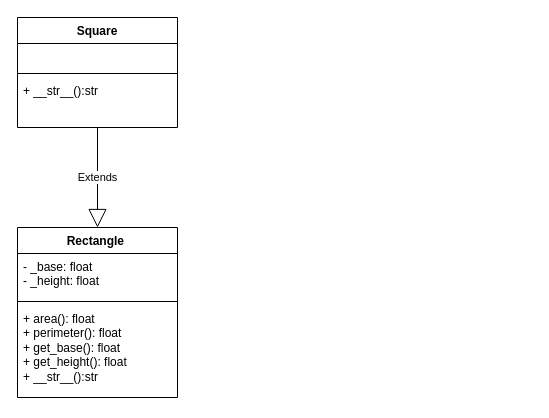
The draw.io diagram notes/05/classes.drawio in lcclcoding/lcclcoding.github.io, before the edit. Source tidied: cells renumbered, new cells numbered last; positions are measured from the earlier drawing's top-left corner, leaving out a move shared by most shapes. Both pictures are drawn from the tidied source at 100%, with x=0, y=0 at pixel (17, 17).
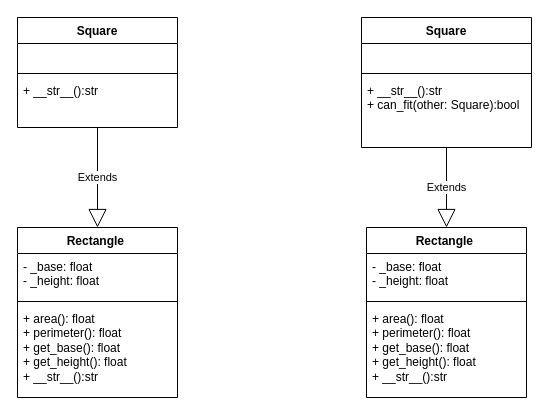
After the change.

Change to the diagram source:
```diff
@@
 <mxGraphModel>
   <root>
     <mxCell id="0" />
     <mxCell id="1" parent="0" />
     <mxCell id="2" value="Rectangle&amp;nbsp;" style="swimlane;fontStyle=1;align=center;verticalAlign=top;horizontal=1;startSize=26;whiteSpace=wrap;html=1;" parent="1" vertex="1">
       <mxGeometry y="210" width="160" height="170" as="geometry" />
     </mxCell>
     <mxCell id="3" value="- _base: float&lt;div&gt;- _height: float&lt;div&gt;&lt;div&gt;&lt;br&gt;&lt;/div&gt;&lt;/div&gt;&lt;/div&gt;" style="text;strokeColor=none;fillColor=none;align=left;verticalAlign=top;spacingLeft=4;spacingRight=4;overflow=hidden;whiteSpace=wrap;html=1;" parent="2" vertex="1">
       <mxGeometry y="26" width="160" height="44" as="geometry" />
     </mxCell>
     <mxCell id="4" style="line;strokeWidth=1;fillColor=none;align=left;verticalAlign=middle;spacingTop=-1;spacingLeft=3;spacingRight=3;labelPosition=right;strokeColor=inherit;" parent="2" vertex="1">
       <mxGeometry y="70" width="160" height="8" as="geometry" />
     </mxCell>
     <mxCell id="5" value="+ area(): float&lt;div&gt;+ perimeter(): float&lt;/div&gt;&lt;div&gt;+ get_base(): float&lt;/div&gt;&lt;div&gt;+ get_height(): float&lt;/div&gt;&lt;div&gt;+ __str__():str&lt;/div&gt;&lt;div&gt;&lt;br&gt;&lt;/div&gt;" style="text;strokeColor=none;fillColor=none;align=left;verticalAlign=top;spacingLeft=4;spacingRight=4;overflow=hidden;whiteSpace=wrap;html=1;" parent="2" vertex="1">
       <mxGeometry y="78" width="160" height="92" as="geometry" />
     </mxCell>
     <mxCell id="6" value="Square" style="swimlane;fontStyle=1;align=center;verticalAlign=top;horizontal=1;startSize=26;whiteSpace=wrap;html=1;" parent="1" vertex="1">
       <mxGeometry width="160" height="110" as="geometry" />
     </mxCell>
     <mxCell id="7" value="&lt;div&gt;&lt;div&gt;&lt;div&gt;&lt;br&gt;&lt;/div&gt;&lt;/div&gt;&lt;/div&gt;" style="text;strokeColor=none;fillColor=none;align=left;verticalAlign=top;spacingLeft=4;spacingRight=4;overflow=hidden;whiteSpace=wrap;html=1;" parent="6" vertex="1">
       <mxGeometry y="26" width="160" height="26" as="geometry" />
     </mxCell>
     <mxCell id="8" style="line;strokeWidth=1;fillColor=none;align=left;verticalAlign=middle;spacingTop=-1;spacingLeft=3;spacingRight=3;labelPosition=right;strokeColor=inherit;" parent="6" vertex="1">
       <mxGeometry y="52" width="160" height="8" as="geometry" />
     </mxCell>
     <mxCell id="9" value="&lt;span style=&quot;background-color: transparent;&quot;&gt;+ __str__():str&lt;/span&gt;&lt;div&gt;&lt;br&gt;&lt;/div&gt;" style="text;strokeColor=none;fillColor=none;align=left;verticalAlign=top;spacingLeft=4;spacingRight=4;overflow=hidden;points=[[0,0.5],[1,0.5]];portConstraint=eastwest;whiteSpace=wrap;html=1;" parent="6" vertex="1">
       <mxGeometry y="60" width="160" height="50" as="geometry" />
     </mxCell>
     <mxCell id="10" value="Extends" style="endArrow=block;endSize=16;endFill=0;html=1;exitX=0.5;exitY=0.993;exitDx=0;exitDy=0;exitPerimeter=0;entryX=0.5;entryY=0;entryDx=0;entryDy=0;" parent="1" edge="1" source="9" target="2">
       <mxGeometry relative="1" as="geometry" />
     </mxCell>
+    <mxCell id="11" value="Rectangle&amp;nbsp;" style="swimlane;fontStyle=1;align=center;verticalAlign=top;horizontal=1;startSize=26;whiteSpace=wrap;html=1;" parent="1" vertex="1">
+      <mxGeometry x="349" y="210" width="160" height="170" as="geometry" />
+    </mxCell>
+    <mxCell id="12" value="- _base: float&lt;div&gt;- _height: float&lt;div&gt;&lt;div&gt;&lt;br&gt;&lt;/div&gt;&lt;/div&gt;&lt;/div&gt;" style="text;strokeColor=none;fillColor=none;align=left;verticalAlign=top;spacingLeft=4;spacingRight=4;overflow=hidden;whiteSpace=wrap;html=1;" parent="11" vertex="1">
+      <mxGeometry y="26" width="160" height="44" as="geometry" />
+    </mxCell>
+    <mxCell id="13" style="line;strokeWidth=1;fillColor=none;align=left;verticalAlign=middle;spacingTop=-1;spacingLeft=3;spacingRight=3;labelPosition=right;strokeColor=inherit;" parent="11" vertex="1">
+      <mxGeometry y="70" width="160" height="8" as="geometry" />
+    </mxCell>
+    <mxCell id="14" value="+ area(): float&lt;div&gt;+ perimeter(): float&lt;/div&gt;&lt;div&gt;+ get_base(): float&lt;/div&gt;&lt;div&gt;+ get_height(): float&lt;/div&gt;&lt;div&gt;+ __str__():str&lt;/div&gt;&lt;div&gt;&lt;br&gt;&lt;/div&gt;" style="text;strokeColor=none;fillColor=none;align=left;verticalAlign=top;spacingLeft=4;spacingRight=4;overflow=hidden;whiteSpace=wrap;html=1;" parent="11" vertex="1">
+      <mxGeometry y="78" width="160" height="92" as="geometry" />
+    </mxCell>
+    <mxCell id="15" value="Square" style="swimlane;fontStyle=1;align=center;verticalAlign=top;horizontal=1;startSize=26;whiteSpace=wrap;html=1;" parent="1" vertex="1">
+      <mxGeometry x="344" width="170" height="130" as="geometry" />
+    </mxCell>
+    <mxCell id="16" value="&lt;div&gt;&lt;div&gt;&lt;div&gt;&lt;br&gt;&lt;/div&gt;&lt;/div&gt;&lt;/div&gt;" style="text;strokeColor=none;fillColor=none;align=left;verticalAlign=top;spacingLeft=4;spacingRight=4;overflow=hidden;whiteSpace=wrap;html=1;" parent="15" vertex="1">
+      <mxGeometry y="26" width="170" height="26" as="geometry" />
+    </mxCell>
+    <mxCell id="17" style="line;strokeWidth=1;fillColor=none;align=left;verticalAlign=middle;spacingTop=-1;spacingLeft=3;spacingRight=3;labelPosition=right;strokeColor=inherit;" parent="15" vertex="1">
+      <mxGeometry y="52" width="170" height="8" as="geometry" />
+    </mxCell>
+    <mxCell id="18" value="&lt;span style=&quot;background-color: transparent;&quot;&gt;+ __str__():str&lt;/span&gt;&lt;div&gt;+ can_fit(other: Square):bool&lt;br&gt;&lt;div&gt;&lt;br&gt;&lt;/div&gt;&lt;/div&gt;" style="text;strokeColor=none;fillColor=none;align=left;verticalAlign=top;spacingLeft=4;spacingRight=4;overflow=hidden;points=[[0,0.5],[1,0.5]];portConstraint=eastwest;whiteSpace=wrap;html=1;" parent="15" vertex="1">
+      <mxGeometry y="60" width="170" height="70" as="geometry" />
+    </mxCell>
+    <mxCell id="19" value="Extends" style="endArrow=block;endSize=16;endFill=0;html=1;exitX=0.5;exitY=0.993;exitDx=0;exitDy=0;exitPerimeter=0;entryX=0.5;entryY=0;entryDx=0;entryDy=0;" parent="1" edge="1" source="18" target="11">
+      <mxGeometry relative="1" as="geometry" />
+    </mxCell>
   </root>
 </mxGraphModel>
```
